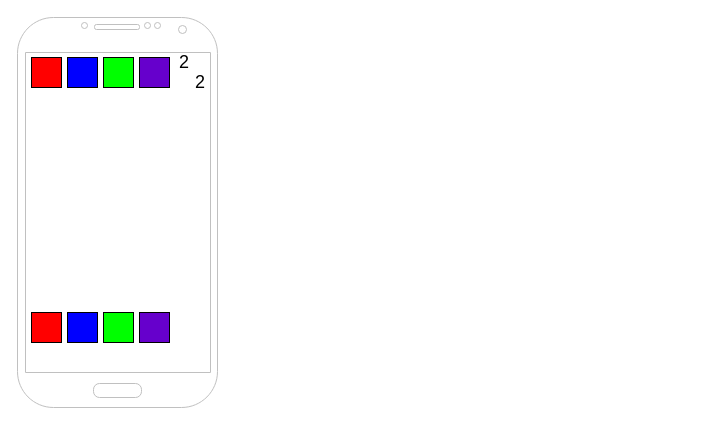
Earlier version of the draw.io diagram docs/work/wireframe.drawio (lsteiner9/codebreaker-android). Source tidied: cells renumbered, new cells numbered last; positions are measured from the earlier drawing's top-left corner, leaving out a move shared by most shapes. Both pictures are drawn from the tidied source at 100%, with x=0, y=0 at pixel (17, 17).
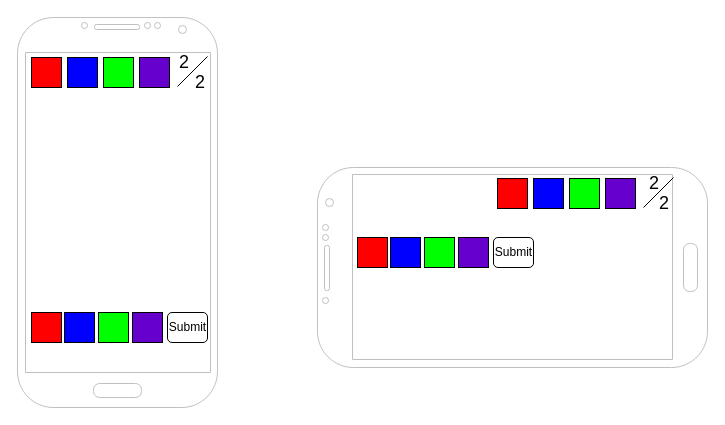
The same page after the edit.

Change to the diagram source:
```diff
@@
     <mxCell id="6" style="rounded=0;whiteSpace=wrap;html=1;fillColor=#0000FF;" parent="1" vertex="1">
-      <mxGeometry x="50" y="295" width="30" height="30" as="geometry" />
+      <mxGeometry x="47" y="295" width="30" height="30" as="geometry" />
     </mxCell>
     <mxCell id="7" style="rounded=0;whiteSpace=wrap;html=1;fillColor=#6600CC;" parent="1" vertex="1">
-      <mxGeometry x="122" y="295" width="30" height="30" as="geometry" />
+      <mxGeometry x="115" y="295" width="30" height="30" as="geometry" />
     </mxCell>
     <mxCell id="8" style="rounded=0;whiteSpace=wrap;html=1;fillColor=#00FF00;" parent="1" vertex="1">
-      <mxGeometry x="86" y="295" width="30" height="30" as="geometry" />
+      <mxGeometry x="81" y="295" width="30" height="30" as="geometry" />
     </mxCell>
@@
+    <mxCell id="13" style="endArrow=none;html=1;" parent="1" edge="1">
+      <mxGeometry relative="1" as="geometry">
+        <mxPoint x="160" y="69" as="sourcePoint" />
+        <mxPoint x="190" y="39" as="targetPoint" />
+      </mxGeometry>
+    </mxCell>
+    <mxCell id="14" style="group;" parent="1" vertex="1">
+      <mxGeometry x="150" y="295" width="60" height="30" as="geometry" />
+    </mxCell>
+    <mxCell id="15" style="rounded=1;whiteSpace=wrap;html=1;" parent="14" vertex="1">
+      <mxGeometry width="40" height="30" as="geometry" />
+    </mxCell>
+    <mxCell id="16" value="Submit" style="text;html=1;strokeColor=none;fillColor=none;align=center;verticalAlign=middle;whiteSpace=wrap;rounded=0;" parent="14" vertex="1">
+      <mxGeometry x="3" y="5" width="35" height="20" as="geometry" />
+    </mxCell>
+    <mxCell id="17" style="verticalLabelPosition=bottom;verticalAlign=top;html=1;shadow=0;dashed=0;strokeWidth=1;shape=mxgraph.android.phone2;strokeColor=#c0c0c0;direction=north;" parent="1" vertex="1">
+      <mxGeometry x="300" y="150" width="390" height="200" as="geometry" />
+    </mxCell>
+    <mxCell id="18" style="rounded=0;whiteSpace=wrap;html=1;fillColor=#FF0000;" parent="1" vertex="1">
+      <mxGeometry x="480" y="161" width="30" height="30" as="geometry" />
+    </mxCell>
+    <mxCell id="19" style="rounded=0;whiteSpace=wrap;html=1;fillColor=#0000FF;" parent="1" vertex="1">
+      <mxGeometry x="516" y="161" width="30" height="30" as="geometry" />
+    </mxCell>
+    <mxCell id="20" style="rounded=0;whiteSpace=wrap;html=1;fillColor=#6600CC;" parent="1" vertex="1">
+      <mxGeometry x="588" y="161" width="30" height="30" as="geometry" />
+    </mxCell>
+    <mxCell id="21" style="rounded=0;whiteSpace=wrap;html=1;fillColor=#00FF00;" parent="1" vertex="1">
+      <mxGeometry x="552" y="161" width="30" height="30" as="geometry" />
+    </mxCell>
+    <mxCell id="22" style="endArrow=none;html=1;" parent="1" edge="1">
+      <mxGeometry relative="1" as="geometry">
+        <mxPoint x="626" y="190" as="sourcePoint" />
+        <mxPoint x="656" y="160" as="targetPoint" />
+      </mxGeometry>
+    </mxCell>
+    <mxCell id="23" style="rounded=0;whiteSpace=wrap;html=1;fillColor=#FF0000;" parent="1" vertex="1">
+      <mxGeometry x="340" y="220" width="30" height="30" as="geometry" />
+    </mxCell>
+    <mxCell id="24" style="rounded=0;whiteSpace=wrap;html=1;fillColor=#0000FF;" parent="1" vertex="1">
+      <mxGeometry x="373" y="220" width="30" height="30" as="geometry" />
+    </mxCell>
+    <mxCell id="25" style="rounded=0;whiteSpace=wrap;html=1;fillColor=#6600CC;" parent="1" vertex="1">
+      <mxGeometry x="441" y="220" width="30" height="30" as="geometry" />
+    </mxCell>
+    <mxCell id="26" style="rounded=0;whiteSpace=wrap;html=1;fillColor=#00FF00;" parent="1" vertex="1">
+      <mxGeometry x="407" y="220" width="30" height="30" as="geometry" />
+    </mxCell>
+    <mxCell id="27" style="rounded=1;whiteSpace=wrap;html=1;" parent="1" vertex="1">
+      <mxGeometry x="476" y="220" width="40" height="30" as="geometry" />
+    </mxCell>
+    <mxCell id="28" value="Submit" style="text;html=1;strokeColor=none;fillColor=none;align=center;verticalAlign=middle;whiteSpace=wrap;rounded=0;" parent="1" vertex="1">
+      <mxGeometry x="479" y="225" width="35" height="20" as="geometry" />
+    </mxCell>
+    <mxCell id="29" value="&lt;font style=&quot;font-size: 18px&quot;&gt;2&lt;/font&gt;" style="text;html=1;strokeColor=none;fillColor=none;align=center;verticalAlign=middle;whiteSpace=wrap;rounded=0;" parent="1" vertex="1">
+      <mxGeometry x="630" y="161" width="34" height="50" as="geometry" />
+    </mxCell>
+    <mxCell id="30" value="&lt;font style=&quot;font-size: 18px&quot;&gt;2&lt;/font&gt;" style="text;html=1;strokeColor=none;fillColor=none;align=center;verticalAlign=middle;whiteSpace=wrap;rounded=0;" parent="1" vertex="1">
+      <mxGeometry x="620" y="141" width="34" height="50" as="geometry" />
+    </mxCell>
```
